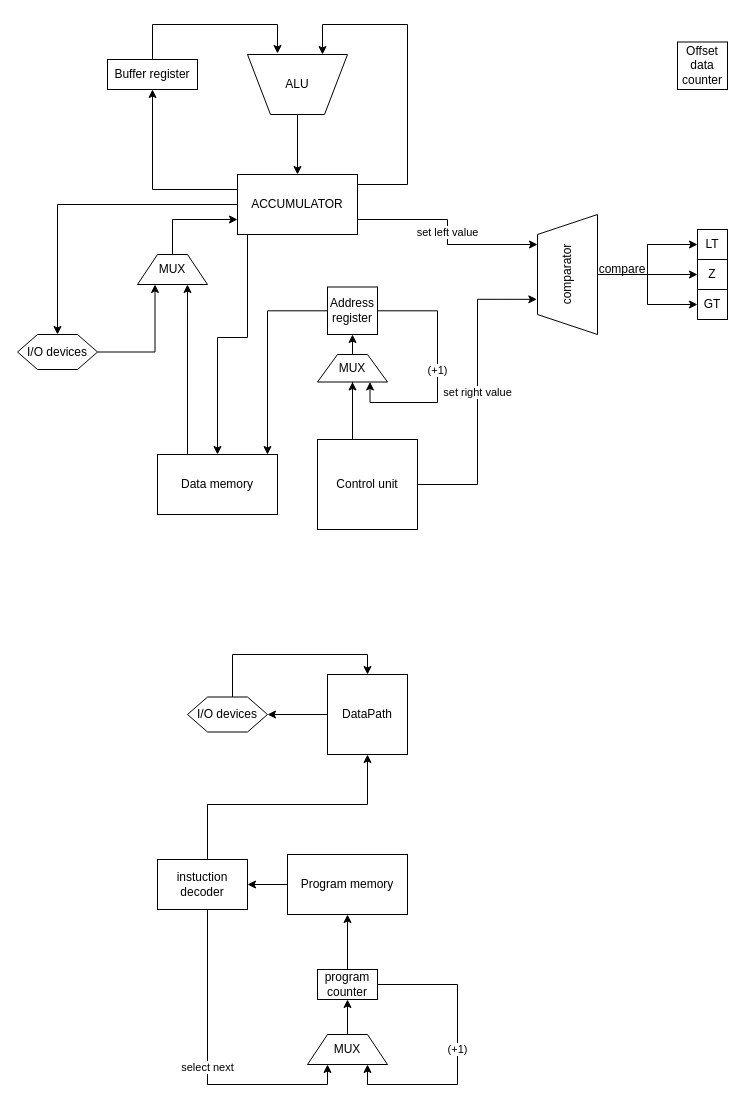
lubitelkvokk/csa_lab3 keeps this draw.io diagram as DataPathModel.drawio. Above is the earlier version. Source tidied: cells renumbered, new cells numbered last; positions are measured from the earlier drawing's top-left corner, leaving out a move shared by most shapes. Both pictures are drawn from the tidied source at 100%, with x=0, y=0 at pixel (17, 24).
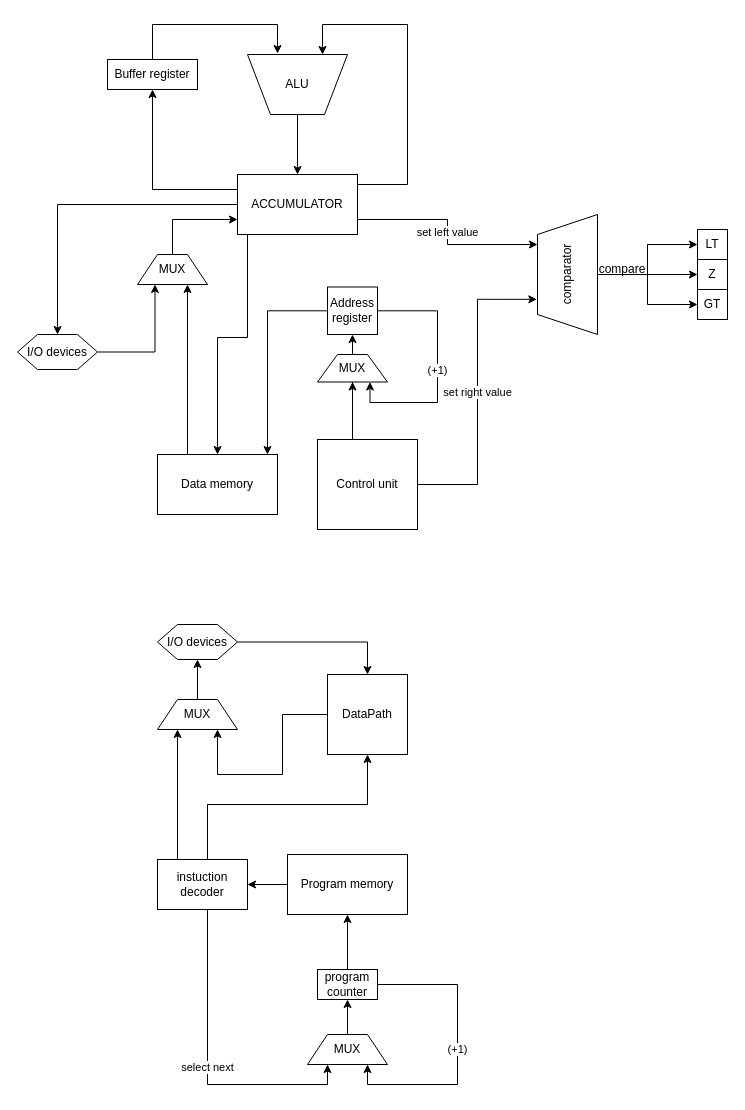
The same diagram, later.

The change refers to these unchanged cells:
```xml
<mxCell id="26" value="DataPath" style="whiteSpace=wrap;html=1;" parent="1" vertex="1">
  <mxGeometry x="310" y="650" width="80" height="80" as="geometry" />
</mxCell>
<mxCell id="31" value="instuction decoder" style="rounded=0;whiteSpace=wrap;html=1;" parent="1" vertex="1">
  <mxGeometry x="140" y="835" width="90" height="50" as="geometry" />
</mxCell>
```

Diff of the diagram source:
```diff
@@
-    <mxCell id="20" value="Offset data counter" style="rounded=0;whiteSpace=wrap;html=1;" parent="1" vertex="1">
-      <mxGeometry x="660" y="17.5" width="50" height="47.5" as="geometry" />
-    </mxCell>
@@
-    <mxCell id="25" style="edgeStyle=orthogonalEdgeStyle;rounded=0;jettySize=auto;html=1;entryX=1;entryY=0.5;entryDx=0;entryDy=0;" parent="1" edge="1" source="26" target="33">
-      <mxGeometry relative="1" as="geometry" />
-    </mxCell>
+    <mxCell id="50" style="edgeStyle=orthogonalEdgeStyle;rounded=0;jettySize=auto;html=1;entryX=0.75;entryY=1;entryDx=0;entryDy=0;" parent="1" edge="1" source="26" target="53">
+      <mxGeometry relative="1" as="geometry" />
+    </mxCell>
@@
+    <mxCell id="51" style="edgeStyle=orthogonalEdgeStyle;rounded=0;jettySize=auto;html=1;exitX=0.25;exitY=0;exitDx=0;exitDy=0;entryX=0.25;entryY=1;entryDx=0;entryDy=0;" parent="1" edge="1" source="31" target="53">
+      <mxGeometry relative="1" as="geometry">
+        <Array as="points">
+          <mxPoint x="160" y="835" />
+        </Array>
+      </mxGeometry>
+    </mxCell>
@@
     <mxCell id="32" style="edgeStyle=orthogonalEdgeStyle;rounded=0;jettySize=auto;html=1;entryX=0.5;entryY=0;entryDx=0;entryDy=0;" parent="1" edge="1" source="33" target="26">
-      <mxGeometry relative="1" as="geometry">
-        <Array as="points">
-          <mxPoint x="215" y="630" />
-          <mxPoint x="350" y="630" />
-        </Array>
-      </mxGeometry>
+      <mxGeometry relative="1" as="geometry" />
     </mxCell>
     <mxCell id="33" value="I/O devices" style="shape=hexagon;perimeter=hexagonPerimeter2;whiteSpace=wrap;html=1;fixedSize=1;" parent="1" vertex="1">
-      <mxGeometry x="170" y="672.5" width="80" height="35" as="geometry" />
+      <mxGeometry x="140" y="600" width="80" height="35" as="geometry" />
     </mxCell>
@@
+    <mxCell id="52" style="edgeStyle=orthogonalEdgeStyle;rounded=0;jettySize=auto;html=1;entryX=0.5;entryY=1;entryDx=0;entryDy=0;" parent="1" edge="1" source="53" target="33">
+      <mxGeometry relative="1" as="geometry" />
+    </mxCell>
+    <mxCell id="53" value="MUX" style="shape=trapezoid;perimeter=trapezoidPerimeter;whiteSpace=wrap;html=1;fixedSize=1;direction=east;" parent="1" vertex="1">
+      <mxGeometry x="140" y="675" width="80" height="30" as="geometry" />
+    </mxCell>
```
